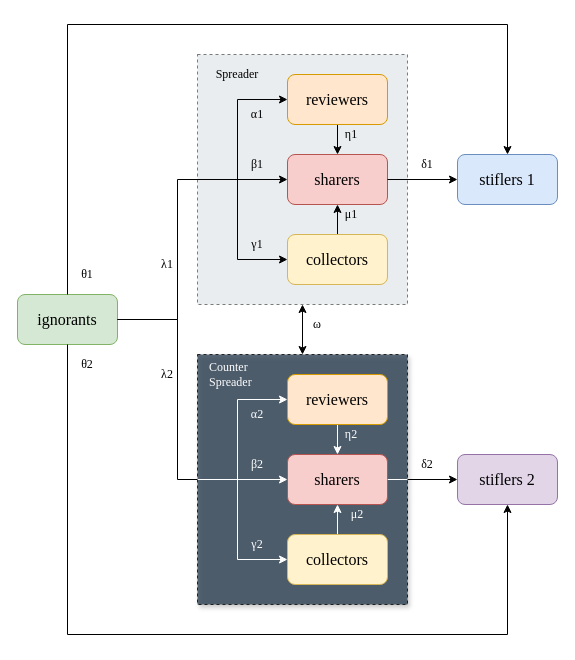
Above: src/cms.drawio in CharmonyShen/text-to-speech (draw.io), before the change. Source tidied: cells renumbered, new cells numbered last; positions are measured from the earlier drawing's top-left corner, leaving out a move shared by most shapes. Both pictures are drawn from the tidied source at 100%, with x=0, y=0 at pixel (17, 24).
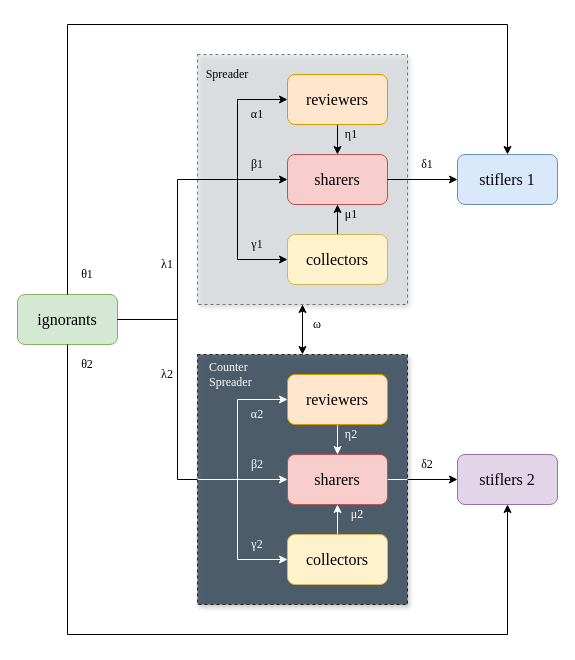
After the change.

Change to the diagram source:
```diff
@@
-    <mxCell id="3" style="rounded=0;whiteSpace=wrap;html=1;glass=0;dashed=1;fillColor=#D6DBDF;opacity=50;shadow=0;" parent="1" vertex="1">
+    <mxCell id="3" style="rounded=0;whiteSpace=wrap;html=1;glass=0;dashed=1;fillColor=#D6DBDF;opacity=50;shadow=1;" parent="1" vertex="1">
       <mxGeometry x="180" y="30" width="210" height="250" as="geometry" />
     </mxCell>
@@
     <mxCell id="32" value="Spreader" style="text;html=1;strokeColor=none;fillColor=none;align=center;verticalAlign=middle;whiteSpace=wrap;rounded=0;glass=1;dashed=1;fontFamily=Times New Roman;" parent="1" vertex="1">
-      <mxGeometry x="200" y="40" width="40" height="20" as="geometry" />
+      <mxGeometry x="190" y="40" width="40" height="20" as="geometry" />
     </mxCell>
```
